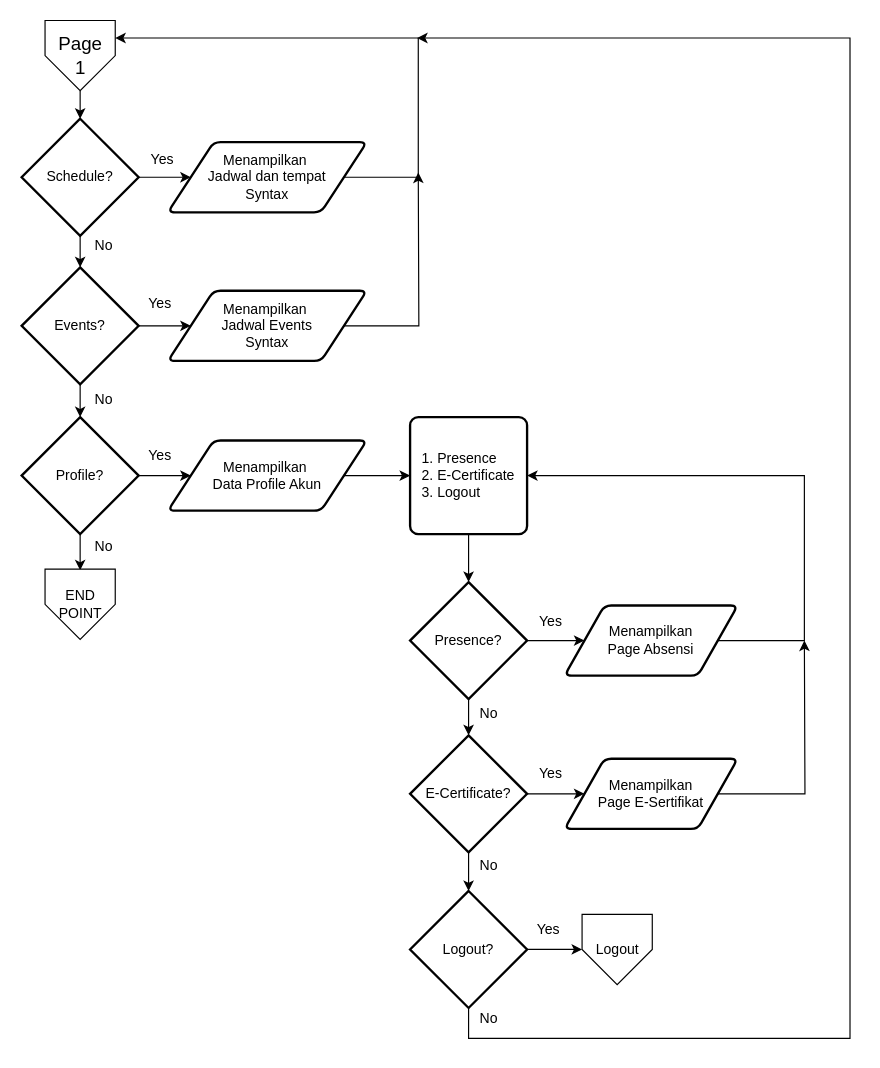
Before: PG1.drawio in dapzz-id/DrawIO, a draw.io diagram. Source tidied: cells renumbered, new cells numbered last; positions are measured from the earlier drawing's top-left corner, leaving out a move shared by most shapes. Both pictures are drawn from the tidied source at 117%, with x=0, y=0 at pixel (21, 20).
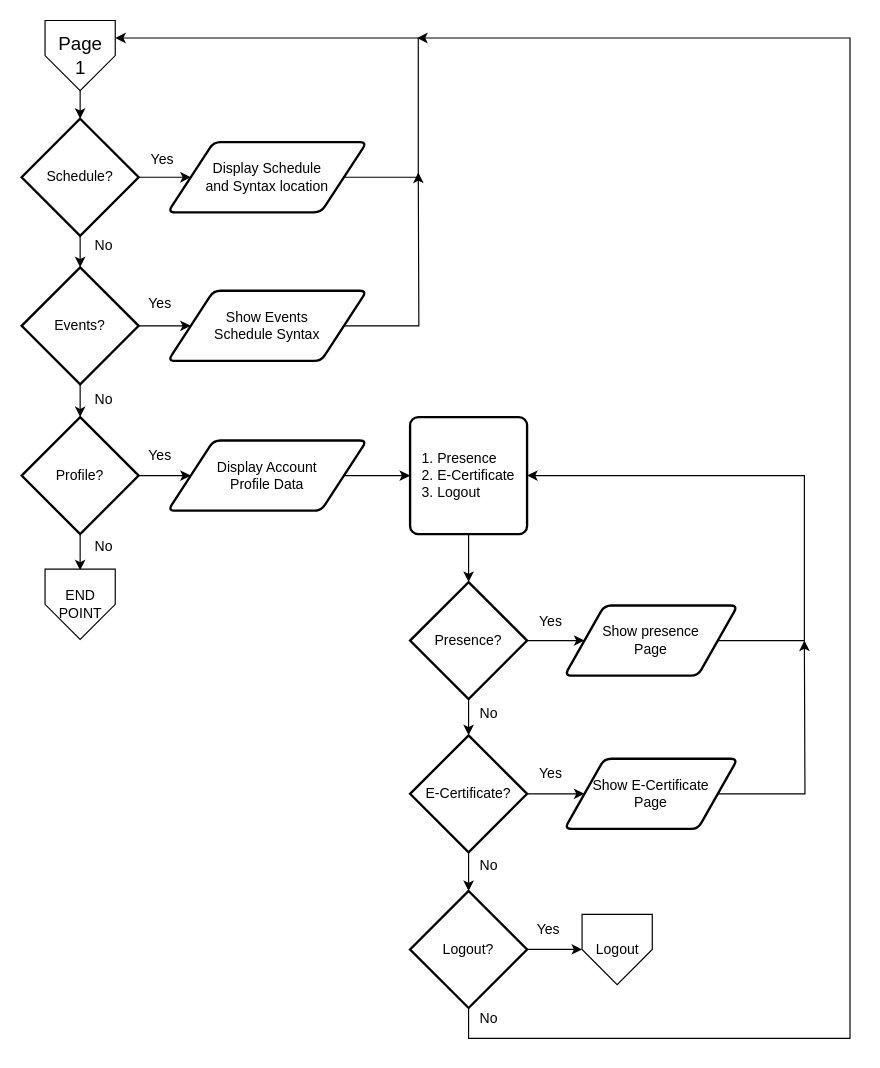
The same diagram, later.

Change to the diagram source:
```diff
@@
-    <mxCell id="16" value="Menampilkan&amp;nbsp;&lt;div&gt;Jadwal dan tempat&lt;div&gt;Syntax&lt;/div&gt;&lt;/div&gt;" style="shape=parallelogram;html=1;strokeWidth=2;perimeter=parallelogramPerimeter;whiteSpace=wrap;rounded=1;arcSize=12;size=0.23;" parent="1" vertex="1">
+    <mxCell id="16" value="Display Schedule&lt;div&gt;and Syntax location&lt;br&gt;&lt;/div&gt;" style="shape=parallelogram;html=1;strokeWidth=2;perimeter=parallelogramPerimeter;whiteSpace=wrap;rounded=1;arcSize=12;size=0.23;" parent="1" vertex="1">
       <mxGeometry x="125" y="104" width="170" height="60" as="geometry" />
     </mxCell>
@@
-    <mxCell id="18" value="Menampilkan&amp;nbsp;&lt;div&gt;Jadwal Events&lt;div&gt;Syntax&lt;/div&gt;&lt;/div&gt;" style="shape=parallelogram;html=1;strokeWidth=2;perimeter=parallelogramPerimeter;whiteSpace=wrap;rounded=1;arcSize=12;size=0.23;" parent="1" vertex="1">
+    <mxCell id="18" value="Show Events&lt;div&gt;Schedule Syntax&lt;br&gt;&lt;/div&gt;" style="shape=parallelogram;html=1;strokeWidth=2;perimeter=parallelogramPerimeter;whiteSpace=wrap;rounded=1;arcSize=12;size=0.23;" parent="1" vertex="1">
       <mxGeometry x="125" y="231" width="170" height="60" as="geometry" />
     </mxCell>
@@
-    <mxCell id="20" value="Menampilkan&amp;nbsp;&lt;div&gt;Data Profile Akun&lt;/div&gt;" style="shape=parallelogram;html=1;strokeWidth=2;perimeter=parallelogramPerimeter;whiteSpace=wrap;rounded=1;arcSize=12;size=0.23;" parent="1" vertex="1">
+    <mxCell id="20" value="Display Account&lt;div&gt;Profile Data&lt;br&gt;&lt;/div&gt;" style="shape=parallelogram;html=1;strokeWidth=2;perimeter=parallelogramPerimeter;whiteSpace=wrap;rounded=1;arcSize=12;size=0.23;" parent="1" vertex="1">
       <mxGeometry x="125" y="359" width="170" height="60" as="geometry" />
     </mxCell>
@@
-    <mxCell id="27" value="Menampilkan&lt;div&gt;Page Absensi&lt;/div&gt;" style="shape=parallelogram;html=1;strokeWidth=2;perimeter=parallelogramPerimeter;whiteSpace=wrap;rounded=1;arcSize=12;size=0.23;" parent="1" vertex="1">
+    <mxCell id="27" value="Show presence&lt;div&gt;&lt;span style=&quot;background-color: initial;&quot;&gt;Page&lt;/span&gt;&lt;/div&gt;" style="shape=parallelogram;html=1;strokeWidth=2;perimeter=parallelogramPerimeter;whiteSpace=wrap;rounded=1;arcSize=12;size=0.23;" parent="1" vertex="1">
       <mxGeometry x="464" y="500" width="148" height="60" as="geometry" />
     </mxCell>
@@
-    <mxCell id="33" value="Menampilkan&lt;div&gt;Page E-Sertifikat&lt;/div&gt;" style="shape=parallelogram;html=1;strokeWidth=2;perimeter=parallelogramPerimeter;whiteSpace=wrap;rounded=1;arcSize=12;size=0.23;" parent="1" vertex="1">
+    <mxCell id="33" value="Show E-Certificate&lt;div&gt;Page&lt;/div&gt;" style="shape=parallelogram;html=1;strokeWidth=2;perimeter=parallelogramPerimeter;whiteSpace=wrap;rounded=1;arcSize=12;size=0.23;" parent="1" vertex="1">
       <mxGeometry x="464" y="631" width="148" height="60" as="geometry" />
     </mxCell>
```
